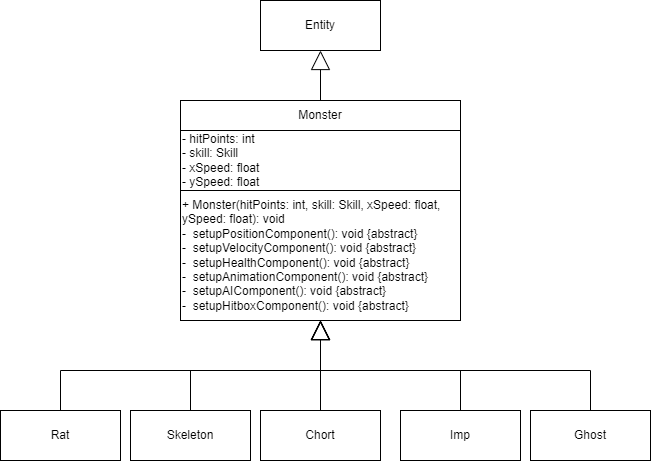
This is KonzeptSkizzen/Monster/MonsterUML.png from Minerder/Spiel, a draw.io export, as it was before one commit. Source tidied: cells renumbered, new cells last; positions are measured from the earlier drawing's top-left corner, leaving out a move shared by most shapes.
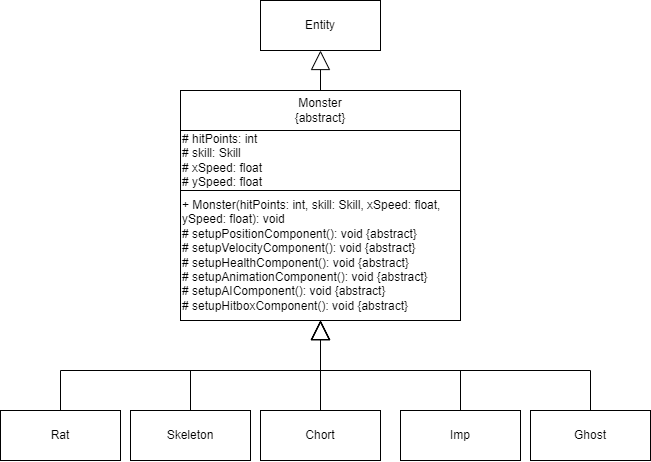
After the change.

What changed in the source:
```diff
@@ -38,13 +38,13 @@
     <mxCell id="13" style="edgeStyle=orthogonalEdgeStyle;rounded=0;jettySize=auto;html=1;exitX=0.5;exitY=0;exitDx=0;exitDy=0;strokeWidth=1;endArrow=block;endFill=0;endSize=17;" parent="1" edge="1" source="14" target="2">
       <mxGeometry relative="1" as="geometry" />
     </mxCell>
-    <mxCell id="14" value="Monster" style="rounded=0;whiteSpace=wrap;html=1;" parent="1" vertex="1">
-      <mxGeometry x="180" y="100" width="280" height="30" as="geometry" />
+    <mxCell id="14" value="Monster&lt;br&gt;{abstract}" style="rounded=0;whiteSpace=wrap;html=1;" parent="1" vertex="1">
+      <mxGeometry x="180" y="90" width="280" height="40" as="geometry" />
     </mxCell>
-    <mxCell id="15" value="- hitPoints: int&lt;br&gt;- skill: Skill&lt;br&gt;- xSpeed: float&lt;br&gt;- ySpeed: float" style="rounded=0;whiteSpace=wrap;html=1;align=left;" parent="1" vertex="1">
+    <mxCell id="15" value="# hitPoints: int&lt;br&gt;# skill: Skill&lt;br&gt;# xSpeed: float&lt;br&gt;# ySpeed: float" style="rounded=0;whiteSpace=wrap;html=1;align=left;" parent="1" vertex="1">
       <mxGeometry x="180" y="130" width="280" height="60" as="geometry" />
     </mxCell>
-    <mxCell id="16" value="+ Monster(hitPoints: int, skill: Skill, xSpeed: float, ySpeed: float): void&lt;br&gt;-&amp;nbsp; setupPositionComponent(): void {abstract}&lt;br&gt;-&amp;nbsp; setupVelocityComponent(): void {abstract}&lt;br&gt;-&amp;nbsp; setupHealthComponent(): void {abstract}&lt;br&gt;-&amp;nbsp; setupAnimationComponent(): void {abstract}&lt;br&gt;-&amp;nbsp; setupAIComponent(): void {abstract}&lt;br&gt;-&amp;nbsp; setupHitboxComponent(): void {abstract}" style="rounded=0;whiteSpace=wrap;html=1;align=left;" parent="1" vertex="1">
+    <mxCell id="16" value="+ Monster(hitPoints: int, skill: Skill, xSpeed: float, ySpeed: float): void&lt;br&gt;# setupPositionComponent(): void {abstract}&lt;br&gt;# setupVelocityComponent(): void {abstract}&lt;br&gt;# setupHealthComponent(): void {abstract}&lt;br&gt;# setupAnimationComponent(): void {abstract}&lt;br&gt;# setupAIComponent(): void {abstract}&lt;br&gt;# setupHitboxComponent(): void {abstract}" style="rounded=0;whiteSpace=wrap;html=1;align=left;" parent="1" vertex="1">
       <mxGeometry x="180" y="190" width="280" height="130" as="geometry" />
     </mxCell>
   </root>
```
